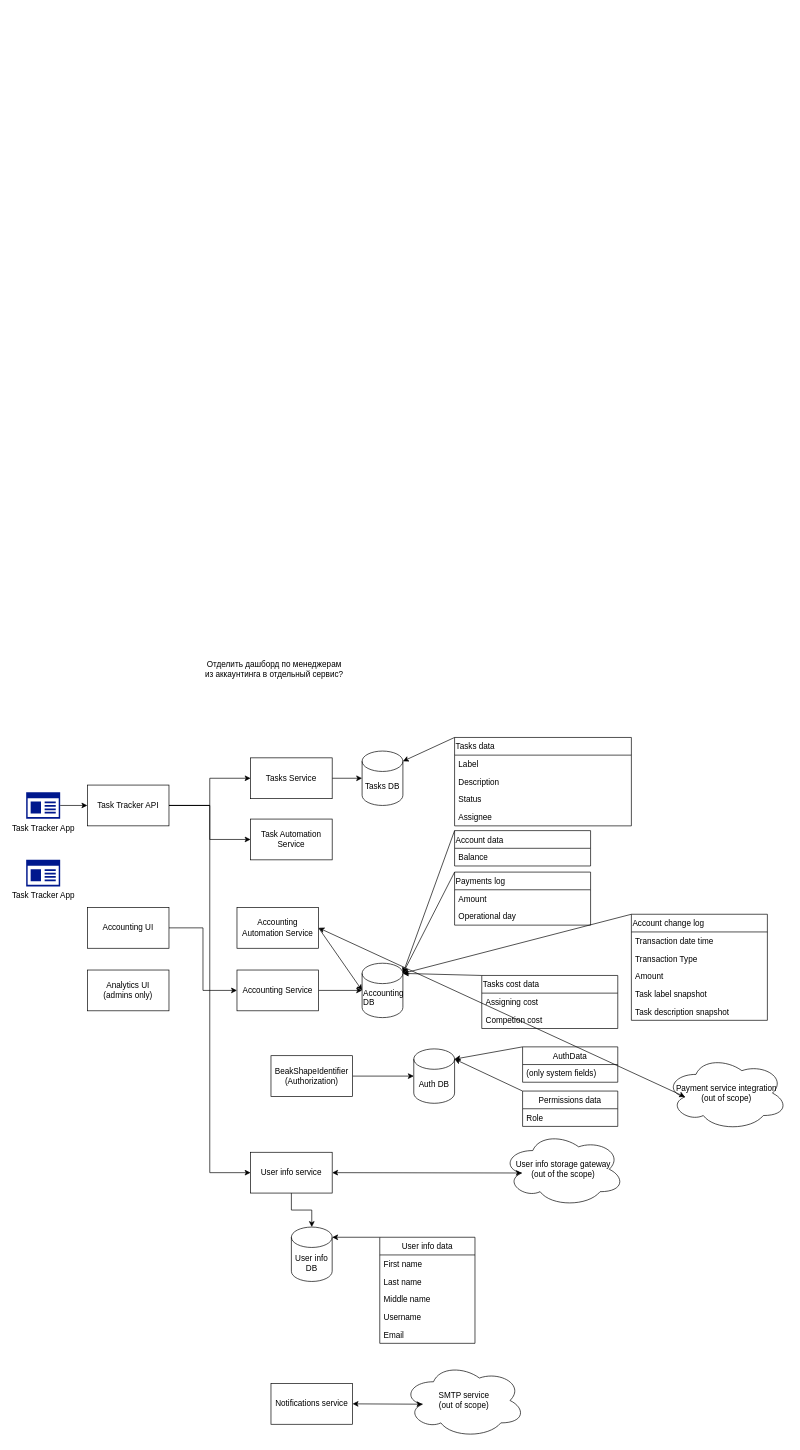
syberside/async-architecture-course keeps this draw.io diagram as docs/Async architecture - lesson 0.drawio. Above is the earlier version. Source tidied: cells renumbered, new cells numbered last; positions are measured from the earlier drawing's top-left corner, leaving out a move shared by most shapes. Both pictures are drawn from the tidied source at 68%, with x=0, y=0 at pixel (26, 662).
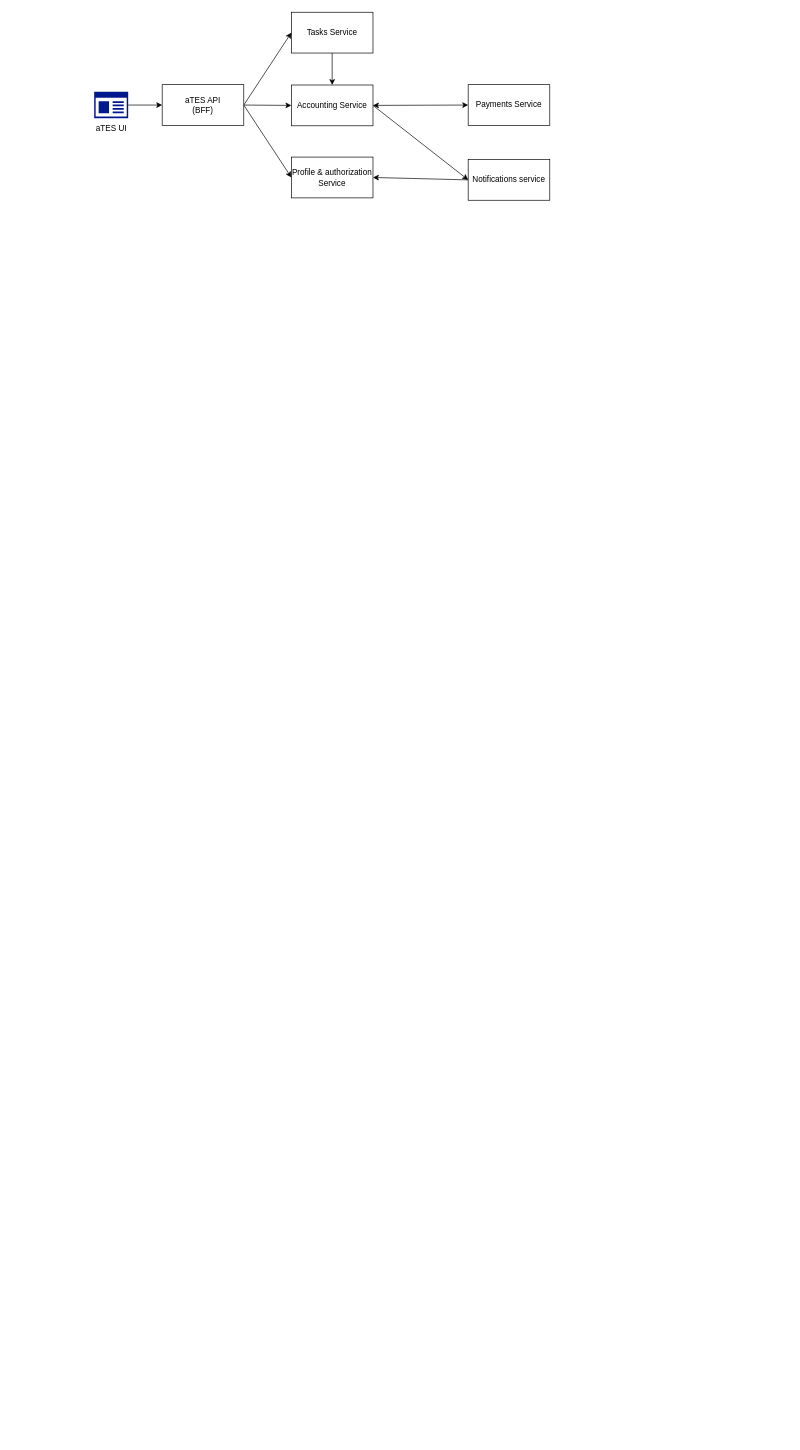
The same diagram, later.

What changed in the source:
```diff
@@
-    <mxCell id="2" style="edgeStyle=none;rounded=0;jettySize=auto;html=1;exitX=1;exitY=0.5;exitDx=0;exitDy=0;" parent="1" edge="1" source="3" target="16">
-      <mxGeometry relative="1" as="geometry" />
-    </mxCell>
-    <mxCell id="3" value="BeakShapeIdentifier (Authorization)" style="rounded=0;whiteSpace=wrap;html=1;" parent="1" vertex="1">
-      <mxGeometry x="360" y="578" width="120" height="60" as="geometry" />
+    <mxCell id="3" value="Profile &amp;amp; authorization Service" style="rounded=0;whiteSpace=wrap;html=1;" parent="1" vertex="1">
+      <mxGeometry x="390" y="-743.5" width="120" height="60" as="geometry" />
     </mxCell>
-    <mxCell id="4" style="edgeStyle=orthogonalEdgeStyle;rounded=0;jettySize=auto;html=1;exitX=1;exitY=0.5;exitDx=0;exitDy=0;" parent="1" edge="1" source="7" target="15">
-      <mxGeometry relative="1" as="geometry" />
-    </mxCell>
-    <mxCell id="5" style="edgeStyle=orthogonalEdgeStyle;rounded=0;jettySize=auto;html=1;exitX=1;exitY=0.5;exitDx=0;exitDy=0;" parent="1" edge="1" source="7" target="41">
-      <mxGeometry relative="1" as="geometry" />
-    </mxCell>
-    <mxCell id="6" style="edgeStyle=orthogonalEdgeStyle;rounded=0;jettySize=auto;html=1;exitX=1;exitY=0.5;exitDx=0;exitDy=0;entryX=0;entryY=0.5;entryDx=0;entryDy=0;" parent="1" edge="1" source="7" target="21">
-      <mxGeometry relative="1" as="geometry" />
-    </mxCell>
-    <mxCell id="7" value="&lt;div&gt;Task Tracker API&lt;br&gt;&lt;/div&gt;" style="rounded=0;whiteSpace=wrap;html=1;" parent="1" vertex="1">
-      <mxGeometry x="90" y="180" width="120" height="60" as="geometry" />
-    </mxCell>
-    <mxCell id="8" style="edgeStyle=orthogonalEdgeStyle;rounded=0;jettySize=auto;html=1;exitX=1;exitY=0.5;exitDx=0;exitDy=0;entryX=0;entryY=0.5;entryDx=0;entryDy=0;" parent="1" edge="1" source="9" target="44">
-      <mxGeometry relative="1" as="geometry" />
-    </mxCell>
-    <mxCell id="9" value="Accounting UI" style="rounded=0;whiteSpace=wrap;html=1;" parent="1" vertex="1">
-      <mxGeometry x="90" y="360" width="120" height="60" as="geometry" />
-    </mxCell>
-    <mxCell id="10" style="edgeStyle=none;rounded=0;jettySize=auto;html=1;exitX=1;exitY=0.5;exitDx=0;exitDy=0;entryX=0;entryY=0.5;entryDx=0;entryDy=0;entryPerimeter=0;" parent="1" edge="1" source="11" target="42">
-      <mxGeometry relative="1" as="geometry" />
-    </mxCell>
-    <mxCell id="11" value="&lt;div&gt;Accounting Automation Service&lt;/div&gt;" style="rounded=0;whiteSpace=wrap;html=1;" parent="1" vertex="1">
-      <mxGeometry x="310" y="360" width="120" height="60" as="geometry" />
-    </mxCell>
-    <mxCell id="12" value="&lt;div&gt;Analytics UI&lt;/div&gt;&lt;div&gt;(admins only)&lt;/div&gt;" style="rounded=0;whiteSpace=wrap;html=1;" parent="1" vertex="1">
-      <mxGeometry x="90" y="452" width="120" height="60" as="geometry" />
-    </mxCell>
-    <mxCell id="13" value="&lt;div&gt;Tasks DB&lt;/div&gt;" style="shape=cylinder3;whiteSpace=wrap;html=1;boundedLbl=1;backgroundOutline=1;size=15;" parent="1" vertex="1">
-      <mxGeometry x="494" y="130" width="60" height="80" as="geometry" />
-    </mxCell>
-    <mxCell id="14" style="edgeStyle=none;rounded=0;jettySize=auto;html=1;exitX=1;exitY=0.5;exitDx=0;exitDy=0;" parent="1" edge="1" source="15" target="13">
-      <mxGeometry relative="1" as="geometry" />
-    </mxCell>
+    <mxCell id="64" style="endArrow=classic;startArrow=classic;html=1;entryX=0;entryY=0.5;entryDx=0;entryDy=0;exitX=1;exitY=0.5;exitDx=0;exitDy=0;" parent="1" edge="1" source="44" target="73">
+      <mxGeometry relative="1" as="geometry" />
+    </mxCell>
+    <mxCell id="72" style="rounded=0;jettySize=auto;html=1;exitX=1;exitY=0.5;exitDx=0;exitDy=0;entryX=0;entryY=0.5;entryDx=0;entryDy=0;" parent="1" edge="1" source="81" target="3">
+      <mxGeometry relative="1" as="geometry" />
+    </mxCell>
+    <mxCell id="73" value="Payments Service" style="rounded=0;whiteSpace=wrap;html=1;align=center;" parent="1" vertex="1">
+      <mxGeometry x="650" y="-850" width="120" height="60" as="geometry" />
+    </mxCell>
+    <mxCell id="74" value="aTES UI" style="shadow=0;dashed=0;html=1;strokeColor=none;labelPosition=center;verticalLabelPosition=bottom;verticalAlign=top;align=center;fillColor=#00188D;shape=mxgraph.mscae.enterprise.app_generic;" parent="1" vertex="1">
+      <mxGeometry x="100" y="-839.5" width="50" height="39" as="geometry" />
+    </mxCell>
+    <mxCell id="75" style="edgeStyle=none;rounded=0;jettySize=auto;html=1;exitX=1;exitY=0.5;exitDx=0;exitDy=0;entryX=0;entryY=0.5;entryDx=0;entryDy=0;exitPerimeter=0;" parent="1" edge="1" source="74" target="81">
+      <mxGeometry relative="1" as="geometry" />
+    </mxCell>
+    <mxCell id="76" style="edgeStyle=none;rounded=0;jettySize=auto;html=1;exitX=1;exitY=0.5;exitDx=0;exitDy=0;entryX=0;entryY=0.5;entryDx=0;entryDy=0;" parent="1" edge="1" source="81" target="44">
+      <mxGeometry relative="1" as="geometry" />
+    </mxCell>
+    <mxCell id="77" style="edgeStyle=none;rounded=0;jettySize=auto;html=1;exitX=0.5;exitY=1;exitDx=0;exitDy=0;entryX=0.5;entryY=0;entryDx=0;entryDy=0;" parent="1" edge="1" source="15" target="44">
+      <mxGeometry relative="1" as="geometry" />
+    </mxCell>
-    <mxCell id="15" value="Tasks Service" style="rounded=0;whiteSpace=wrap;html=1;" parent="1" vertex="1">
-      <mxGeometry x="330" y="140" width="120" height="60" as="geometry" />
+    <mxCell id="15" value="&lt;div&gt;Tasks Service&lt;/div&gt;" style="rounded=0;whiteSpace=wrap;html=1;" parent="1" vertex="1">
+      <mxGeometry x="390" y="-956.5" width="120" height="60" as="geometry" />
     </mxCell>
-    <mxCell id="16" value="&lt;div&gt;Auth DB&lt;br&gt;&lt;/div&gt;" style="shape=cylinder3;whiteSpace=wrap;html=1;boundedLbl=1;backgroundOutline=1;size=15;" parent="1" vertex="1">
-      <mxGeometry x="570" y="568" width="60" height="80" as="geometry" />
-    </mxCell>
-    <mxCell id="17" style="edgeStyle=none;rounded=0;jettySize=auto;html=1;exitX=0;exitY=0;exitDx=0;exitDy=0;entryX=1;entryY=0;entryDx=0;entryDy=15;entryPerimeter=0;" parent="1" edge="1" source="18" target="16">
-      <mxGeometry relative="1" as="geometry" />
-    </mxCell>
-    <mxCell id="18" value="AuthData" style="swimlane;fontStyle=0;horizontal=1;startSize=26;" parent="1" vertex="1">
-      <mxGeometry x="730" y="565" width="140" height="52" as="geometry" />
-    </mxCell>
-    <mxCell id="19" value="(only system fields)" style="text;strokeColor=none;fillColor=none;align=left;verticalAlign=top;spacingLeft=4;spacingRight=4;overflow=hidden;" parent="18" vertex="1">
-      <mxGeometry y="26" width="140" height="26" as="geometry" />
-    </mxCell>
-    <mxCell id="20" style="edgeStyle=orthogonalEdgeStyle;rounded=0;jettySize=auto;html=1;exitX=0.5;exitY=1;exitDx=0;exitDy=0;" parent="1" edge="1" source="21" target="24">
-      <mxGeometry relative="1" as="geometry" />
-    </mxCell>
-    <mxCell id="21" value="User info service" style="rounded=0;whiteSpace=wrap;html=1;" parent="1" vertex="1">
-      <mxGeometry x="330" y="720" width="120" height="60" as="geometry" />
-    </mxCell>
-    <mxCell id="22" value="&lt;div&gt;User info storage gateway&lt;br&gt;&lt;/div&gt;&lt;div&gt;(out of the scope)&lt;br&gt;&lt;/div&gt;" style="ellipse;shape=cloud;whiteSpace=wrap;html=1;" parent="1" vertex="1">
-      <mxGeometry x="700" y="690" width="180" height="110" as="geometry" />
-    </mxCell>
-    <mxCell id="23" style="endArrow=classic;startArrow=classic;html=1;exitX=1;exitY=0.5;exitDx=0;exitDy=0;entryX=0.16;entryY=0.55;entryDx=0;entryDy=0;entryPerimeter=0;" parent="1" edge="1" source="21" target="22">
-      <mxGeometry relative="1" as="geometry" />
-    </mxCell>
-    <mxCell id="24" value="User info DB" style="shape=cylinder3;whiteSpace=wrap;html=1;boundedLbl=1;backgroundOutline=1;size=15;" parent="1" vertex="1">
-      <mxGeometry x="390" y="830" width="60" height="80" as="geometry" />
-    </mxCell>
-    <mxCell id="25" style="rounded=0;jettySize=auto;html=1;exitX=0;exitY=0;exitDx=0;exitDy=0;entryX=1;entryY=0;entryDx=0;entryDy=15;entryPerimeter=0;" parent="1" edge="1" source="26" target="24">
-      <mxGeometry relative="1" as="geometry" />
-    </mxCell>
-    <mxCell id="26" value="User info data" style="swimlane;fontStyle=0;horizontal=1;startSize=26;" parent="1" vertex="1">
-      <mxGeometry x="520" y="845" width="140" height="156" as="geometry" />
-    </mxCell>
-    <mxCell id="27" value="First name" style="text;strokeColor=none;fillColor=none;align=left;verticalAlign=top;spacingLeft=4;spacingRight=4;overflow=hidden;" parent="26" vertex="1">
-      <mxGeometry y="26" width="140" height="26" as="geometry" />
-    </mxCell>
-    <mxCell id="28" value="Last name" style="text;strokeColor=none;fillColor=none;align=left;verticalAlign=top;spacingLeft=4;spacingRight=4;overflow=hidden;" parent="26" vertex="1">
-      <mxGeometry y="52" width="140" height="26" as="geometry" />
-    </mxCell>
-    <mxCell id="29" value="Middle name" style="text;strokeColor=none;fillColor=none;align=left;verticalAlign=top;spacingLeft=4;spacingRight=4;overflow=hidden;" parent="26" vertex="1">
-      <mxGeometry y="78" width="140" height="26" as="geometry" />
-    </mxCell>
-    <mxCell id="30" value="Username" style="text;strokeColor=none;fillColor=none;align=left;verticalAlign=top;spacingLeft=4;spacingRight=4;overflow=hidden;" parent="26" vertex="1">
-      <mxGeometry y="104" width="140" height="26" as="geometry" />
-    </mxCell>
-    <mxCell id="31" value="Email" style="text;strokeColor=none;fillColor=none;align=left;verticalAlign=top;spacingLeft=4;spacingRight=4;overflow=hidden;" parent="26" vertex="1">
-      <mxGeometry y="130" width="140" height="26" as="geometry" />
-    </mxCell>
-    <mxCell id="32" style="edgeStyle=none;rounded=0;jettySize=auto;html=1;exitX=0;exitY=0;exitDx=0;exitDy=0;entryX=1;entryY=0;entryDx=0;entryDy=15;entryPerimeter=0;" parent="1" edge="1" source="33" target="13">
-      <mxGeometry relative="1" as="geometry" />
-    </mxCell>
-    <mxCell id="33" value="Tasks data" style="swimlane;fontStyle=0;horizontal=1;startSize=26;fillColor=none;gradientColor=none;align=left;verticalAlign=top;" parent="1" vertex="1">
-      <mxGeometry x="630" y="110" width="260" height="130" as="geometry" />
-    </mxCell>
-    <mxCell id="34" value="Label" style="text;strokeColor=none;fillColor=none;align=left;verticalAlign=top;spacingLeft=4;spacingRight=4;overflow=hidden;" parent="33" vertex="1">
-      <mxGeometry y="26" width="260" height="26" as="geometry" />
-    </mxCell>
-    <mxCell id="35" value="Description" style="text;strokeColor=none;fillColor=none;align=left;verticalAlign=top;spacingLeft=4;spacingRight=4;overflow=hidden;" parent="33" vertex="1">
-      <mxGeometry y="52" width="260" height="26" as="geometry" />
-    </mxCell>
-    <mxCell id="36" value="Status" style="text;strokeColor=none;fillColor=none;align=left;verticalAlign=top;spacingLeft=4;spacingRight=4;overflow=hidden;" parent="33" vertex="1">
-      <mxGeometry y="78" width="260" height="26" as="geometry" />
-    </mxCell>
-    <mxCell id="37" value="Assignee" style="text;strokeColor=none;fillColor=none;align=left;verticalAlign=top;spacingLeft=4;spacingRight=4;overflow=hidden;" parent="33" vertex="1">
-      <mxGeometry y="104" width="260" height="26" as="geometry" />
-    </mxCell>
-    <mxCell id="38" style="edgeStyle=none;rounded=0;jettySize=auto;html=1;exitX=0;exitY=0;exitDx=0;exitDy=0;entryX=1;entryY=0;entryDx=0;entryDy=15;entryPerimeter=0;" parent="1" edge="1" source="39" target="16">
-      <mxGeometry relative="1" as="geometry" />
-    </mxCell>
-    <mxCell id="39" value="Permissions data" style="swimlane;fontStyle=0;horizontal=1;startSize=26;" parent="1" vertex="1">
-      <mxGeometry x="730" y="630" width="140" height="52" as="geometry" />
-    </mxCell>
-    <mxCell id="40" value="Role" style="text;strokeColor=none;fillColor=none;align=left;verticalAlign=top;spacingLeft=4;spacingRight=4;overflow=hidden;" parent="39" vertex="1">
-      <mxGeometry y="26" width="140" height="26" as="geometry" />
-    </mxCell>
-    <mxCell id="41" value="Task Automation Service" style="rounded=0;whiteSpace=wrap;html=1;" parent="1" vertex="1">
-      <mxGeometry x="330" y="230" width="120" height="60" as="geometry" />
-    </mxCell>
-    <mxCell id="42" value="Accounting DB" style="shape=cylinder3;whiteSpace=wrap;html=1;boundedLbl=1;backgroundOutline=1;size=15;fillColor=none;gradientColor=none;align=left;verticalAlign=top;" parent="1" vertex="1">
-      <mxGeometry x="494" y="442" width="60" height="80" as="geometry" />
-    </mxCell>
-    <mxCell id="43" style="edgeStyle=orthogonalEdgeStyle;rounded=0;jettySize=auto;html=1;exitX=1;exitY=0.5;exitDx=0;exitDy=0;entryX=0;entryY=0.5;entryDx=0;entryDy=0;entryPerimeter=0;" parent="1" edge="1" source="44" target="42">
-      <mxGeometry relative="1" as="geometry" />
-    </mxCell>
     <mxCell id="44" value="Accounting Service" style="rounded=0;whiteSpace=wrap;html=1;" parent="1" vertex="1">
-      <mxGeometry x="310" y="452" width="120" height="60" as="geometry" />
+      <mxGeometry x="390" y="-849.5" width="120" height="60" as="geometry" />
     </mxCell>
-    <mxCell id="45" style="rounded=0;jettySize=auto;html=1;exitX=0;exitY=0;exitDx=0;exitDy=0;entryX=1;entryY=0;entryDx=0;entryDy=15;entryPerimeter=0;" parent="1" edge="1" source="46" target="42">
-      <mxGeometry relative="1" as="geometry" />
-    </mxCell>
-    <mxCell id="46" value="Account change log" style="swimlane;fontStyle=0;horizontal=1;startSize=26;fillColor=none;gradientColor=none;align=left;verticalAlign=top;" parent="1" vertex="1">
-      <mxGeometry x="890" y="370" width="200" height="156" as="geometry" />
-    </mxCell>
-    <mxCell id="47" value="Transaction date time" style="text;strokeColor=none;fillColor=none;align=left;verticalAlign=top;spacingLeft=4;spacingRight=4;overflow=hidden;" parent="46" vertex="1">
-      <mxGeometry y="26" width="200" height="26" as="geometry" />
-    </mxCell>
-    <mxCell id="48" value="Transaction Type" style="text;strokeColor=none;fillColor=none;align=left;verticalAlign=top;spacingLeft=4;spacingRight=4;overflow=hidden;" parent="46" vertex="1">
-      <mxGeometry y="52" width="200" height="26" as="geometry" />
-    </mxCell>
-    <mxCell id="49" value="Amount" style="text;strokeColor=none;fillColor=none;align=left;verticalAlign=top;spacingLeft=4;spacingRight=4;overflow=hidden;" parent="46" vertex="1">
-      <mxGeometry y="78" width="200" height="26" as="geometry" />
-    </mxCell>
-    <mxCell id="50" value="Task label snapshot" style="text;strokeColor=none;fillColor=none;align=left;verticalAlign=top;spacingLeft=4;spacingRight=4;overflow=hidden;" parent="46" vertex="1">
-      <mxGeometry y="104" width="200" height="26" as="geometry" />
-    </mxCell>
-    <mxCell id="51" value="Task description snapshot" style="text;strokeColor=none;fillColor=none;align=left;verticalAlign=top;spacingLeft=4;spacingRight=4;overflow=hidden;" parent="46" vertex="1">
-      <mxGeometry y="130" width="200" height="26" as="geometry" />
-    </mxCell>
-    <mxCell id="52" style="rounded=0;jettySize=auto;html=1;exitX=0;exitY=0;exitDx=0;exitDy=0;entryX=1;entryY=0;entryDx=0;entryDy=15;entryPerimeter=0;" parent="1" edge="1" source="53" target="42">
-      <mxGeometry relative="1" as="geometry" />
-    </mxCell>
-    <mxCell id="53" value="Account data" style="swimlane;fontStyle=0;horizontal=1;startSize=26;fillColor=none;gradientColor=none;align=left;verticalAlign=top;" parent="1" vertex="1">
-      <mxGeometry x="630" y="247" width="200" height="52" as="geometry" />
-    </mxCell>
-    <mxCell id="54" value="Balance" style="text;strokeColor=none;fillColor=none;align=left;verticalAlign=top;spacingLeft=4;spacingRight=4;overflow=hidden;" parent="53" vertex="1">
-      <mxGeometry y="26" width="200" height="26" as="geometry" />
-    </mxCell>
-    <mxCell id="55" style="edgeStyle=none;rounded=0;jettySize=auto;html=1;exitX=0;exitY=0;exitDx=0;exitDy=0;entryX=1;entryY=0;entryDx=0;entryDy=15;entryPerimeter=0;" parent="1" edge="1" source="56" target="42">
-      <mxGeometry relative="1" as="geometry" />
-    </mxCell>
-    <mxCell id="56" value="Tasks cost data" style="swimlane;fontStyle=0;horizontal=1;startSize=26;fillColor=none;gradientColor=none;align=left;verticalAlign=top;" parent="1" vertex="1">
-      <mxGeometry x="670" y="460" width="200" height="78" as="geometry" />
-    </mxCell>
-    <mxCell id="57" value="Assigning cost" style="text;strokeColor=none;fillColor=none;align=left;verticalAlign=top;spacingLeft=4;spacingRight=4;overflow=hidden;" parent="56" vertex="1">
-      <mxGeometry y="26" width="200" height="26" as="geometry" />
-    </mxCell>
-    <mxCell id="58" value="Competion cost" style="text;strokeColor=none;fillColor=none;align=left;verticalAlign=top;spacingLeft=4;spacingRight=4;overflow=hidden;" parent="56" vertex="1">
-      <mxGeometry y="52" width="200" height="26" as="geometry" />
-    </mxCell>
-    <mxCell id="59" style="edgeStyle=none;rounded=0;jettySize=auto;html=1;exitX=0;exitY=0;exitDx=0;exitDy=0;entryX=1;entryY=0;entryDx=0;entryDy=15;entryPerimeter=0;" parent="1" edge="1" source="60" target="42">
-      <mxGeometry relative="1" as="geometry" />
-    </mxCell>
-    <mxCell id="60" value="Payments log" style="swimlane;fontStyle=0;horizontal=1;startSize=26;fillColor=none;gradientColor=none;align=left;verticalAlign=top;" parent="1" vertex="1">
-      <mxGeometry x="630" y="308" width="200" height="78" as="geometry" />
-    </mxCell>
-    <mxCell id="61" value="Amount" style="text;strokeColor=none;fillColor=none;align=left;verticalAlign=top;spacingLeft=4;spacingRight=4;overflow=hidden;" parent="60" vertex="1">
-      <mxGeometry y="26" width="200" height="26" as="geometry" />
-    </mxCell>
-    <mxCell id="62" value="Operational day" style="text;strokeColor=none;fillColor=none;align=left;verticalAlign=top;spacingLeft=4;spacingRight=4;overflow=hidden;" parent="60" vertex="1">
-      <mxGeometry y="52" width="200" height="26" as="geometry" />
-    </mxCell>
-    <mxCell id="63" value="&lt;div&gt;Payment service integration&lt;/div&gt;&lt;div&gt;(out of scope)&lt;br&gt;&lt;/div&gt;" style="ellipse;shape=cloud;whiteSpace=wrap;html=1;" parent="1" vertex="1">
-      <mxGeometry x="940" y="578" width="180" height="110" as="geometry" />
-    </mxCell>
-    <mxCell id="64" style="endArrow=classic;startArrow=classic;html=1;entryX=0.16;entryY=0.55;entryDx=0;entryDy=0;entryPerimeter=0;exitX=1;exitY=0.5;exitDx=0;exitDy=0;" parent="1" edge="1" source="11" target="63">
-      <mxGeometry relative="1" as="geometry" />
-    </mxCell>
+    <mxCell id="78" style="edgeStyle=none;rounded=0;jettySize=auto;html=1;exitX=0;exitY=0.5;exitDx=0;exitDy=0;entryX=1;entryY=0.5;entryDx=0;entryDy=0;" parent="1" edge="1" source="65" target="3">
+      <mxGeometry relative="1" as="geometry" />
+    </mxCell>
     <mxCell id="65" value="Notifications service" style="rounded=0;whiteSpace=wrap;html=1;" parent="1" vertex="1">
-      <mxGeometry x="360" y="1060" width="120" height="60" as="geometry" />
+      <mxGeometry x="650" y="-740" width="120" height="60" as="geometry" />
     </mxCell>
-    <mxCell id="66" value="&lt;div&gt;SMTP service&lt;/div&gt;&lt;div&gt;(out of scope)&lt;br&gt;&lt;/div&gt;" style="ellipse;shape=cloud;whiteSpace=wrap;html=1;" parent="1" vertex="1">
-      <mxGeometry x="554" y="1030" width="180" height="110" as="geometry" />
-    </mxCell>
-    <mxCell id="67" style="endArrow=classic;startArrow=classic;html=1;exitX=1;exitY=0.5;exitDx=0;exitDy=0;entryX=0.16;entryY=0.55;entryDx=0;entryDy=0;entryPerimeter=0;" parent="1" edge="1" source="65" target="66">
-      <mxGeometry relative="1" as="geometry" />
-    </mxCell>
-    <mxCell id="68" value="Отделить дашборд по менеджерам из аккаунтинга в отдельный сервис?" style="text;html=1;strokeColor=none;fillColor=none;align=center;verticalAlign=middle;whiteSpace=wrap;rounded=0;" parent="1" vertex="1">
-      <mxGeometry x="260" width="210" height="20" as="geometry" />
-    </mxCell>
-    <mxCell id="69" style="edgeStyle=none;rounded=0;jettySize=auto;html=1;exitX=1;exitY=0.5;exitDx=0;exitDy=0;exitPerimeter=0;entryX=0;entryY=0.5;entryDx=0;entryDy=0;" parent="1" edge="1" source="70" target="7">
-      <mxGeometry relative="1" as="geometry" />
-    </mxCell>
-    <mxCell id="70" value="Task Tracker App" style="shadow=0;dashed=0;html=1;strokeColor=none;labelPosition=center;verticalLabelPosition=bottom;verticalAlign=top;align=center;fillColor=#00188D;shape=mxgraph.mscae.enterprise.app_generic;" parent="1" vertex="1">
-      <mxGeometry y="190.5" width="50" height="39" as="geometry" />
-    </mxCell>
-    <mxCell id="71" value="Task Tracker App" style="shadow=0;dashed=0;html=1;strokeColor=none;labelPosition=center;verticalLabelPosition=bottom;verticalAlign=top;align=center;fillColor=#00188D;shape=mxgraph.mscae.enterprise.app_generic;" parent="1" vertex="1">
-      <mxGeometry y="290" width="50" height="39" as="geometry" />
-    </mxCell>
+    <mxCell id="79" style="endArrow=classic;html=1;rounded=0;exitX=1;exitY=0.5;exitDx=0;exitDy=0;entryX=0;entryY=0.5;entryDx=0;entryDy=0;" parent="1" edge="1" source="44" target="65">
+      <mxGeometry relative="1" as="geometry" />
+    </mxCell>
+    <mxCell id="80" style="rounded=0;jettySize=auto;html=1;exitX=1;exitY=0.5;exitDx=0;exitDy=0;entryX=0;entryY=0.5;entryDx=0;entryDy=0;" parent="1" edge="1" source="81" target="15">
+      <mxGeometry relative="1" as="geometry" />
+    </mxCell>
+    <mxCell id="81" value="&lt;div&gt;aTES API&lt;/div&gt;&lt;div&gt;(BFF)&lt;/div&gt;" style="rounded=0;whiteSpace=wrap;html=1;align=center;" parent="1" vertex="1">
+      <mxGeometry x="200" y="-850" width="120" height="60" as="geometry" />
+    </mxCell>
```
